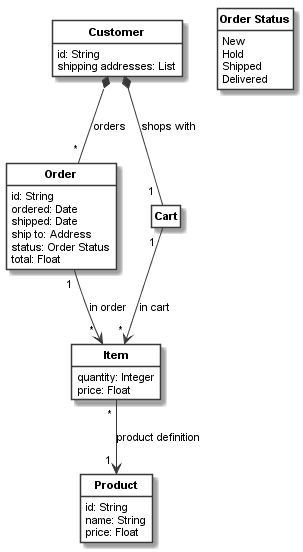
uzdun/CodeableModels keeps this PlantUML diagram as docs/_images/shopping_model3_orders.png. Above is the earlier version. Its diagram source:
```plantuml
@startuml
skinparam monochrome true
skinparam ClassBackgroundColor White
hide empty members
hide circle
skinparam defaultFontName Arial
skinparam defaultFontSize 11
skinparam classfontstyle bold
class "Order" as __1_Order{
id: String
ordered: Date
shipped: Date
ship to: Address
status: Order Status
total: Float
}

class "Item" as __2_Item{
quantity: Integer
price: Float
}

class "Cart" as __3_Cart
class "Customer" as __4_Customer{
id: String
shipping addresses: List
}

class "Product" as __5_Product{
id: String
name: String
price: Float
}

class "Order Status" as __6_Order_Status{
New
Hold
Shipped
Delivered
}

__1_Order " 1 "  -->  " * " __2_Item: "in order"
__2_Item " * "  -->  " 1 " __5_Product: "product definition"
__3_Cart " 1 "  -->  " * " __2_Item: "in cart"
__4_Customer *--  " 1 " __3_Cart: "shops with"
__4_Customer *--  " * " __1_Order: "orders"
@enduml
```
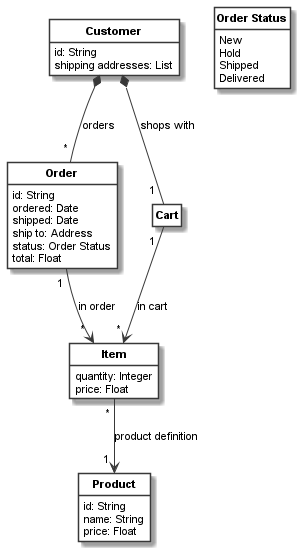
The same file after the commit.

The edit, as a diff of the source:
```diff
@@ -5,8 +5,7 @@
 hide circle
 skinparam defaultFontName Arial
 skinparam defaultFontSize 11
-skinparam classfontstyle bold
-class "Order" as __1_Order{
+class "<b>Order</b>" as __1_Order{
 id: String
 ordered: Date
 shipped: Date
@@ -15,24 +14,24 @@
 total: Float
 }
 
-class "Item" as __2_Item{
+class "<b>Item</b>" as __2_Item{
 quantity: Integer
 price: Float
 }
 
-class "Cart" as __3_Cart
-class "Customer" as __4_Customer{
+class "<b>Cart</b>" as __3_Cart
+class "<b>Customer</b>" as __4_Customer{
 id: String
 shipping addresses: List
 }
 
-class "Product" as __5_Product{
+class "<b>Product</b>" as __5_Product{
 id: String
 name: String
 price: Float
 }
 
-class "Order Status" as __6_Order_Status{
+class "<b>Order Status</b>" as __6_Order_Status{
 New
 Hold
 Shipped
```
